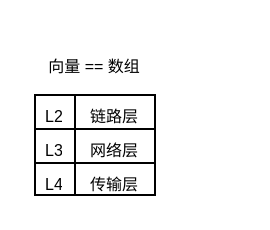
Before: 未命名绘图.drawio in nayitian/drawio, a draw.io diagram. Source tidied: cells renumbered, new cells numbered last; positions are measured from the earlier drawing's top-left corner, leaving out a move shared by most shapes. Both pictures are drawn from the tidied source at 200%, with x=0, y=0 at pixel (34, 34).
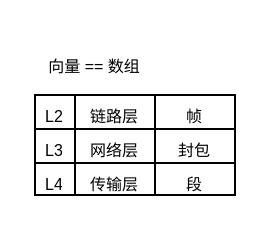
The same page after the edit.

What changed in the source:
```diff
@@
 <mxGraphModel>
   <root>
     <mxCell id="0" />
     <mxCell id="1" parent="0" />
     <mxCell id="2" value="&lt;span style=&quot;font-size: 8px;&quot;&gt;向量 == 数组&lt;/span&gt;" style="text;html=1;align=center;verticalAlign=middle;whiteSpace=wrap;rounded=0;" parent="1" vertex="1">
       <mxGeometry width="60" height="30" as="geometry" />
     </mxCell>
     <mxCell id="3" style="shape=table;startSize=0;childLayout=tableLayout;" parent="1" vertex="1">
-      <mxGeometry y="30" width="60" height="50" as="geometry" />
+      <mxGeometry y="30" width="100" height="50" as="geometry" />
     </mxCell>
     <mxCell id="4" style="shape=tableRow;horizontal=0;startSize=0;swimlaneHead=0;swimlaneBody=0;strokeColor=inherit;top=0;left=0;bottom=0;right=0;fillColor=none;" parent="3" vertex="1">
-      <mxGeometry width="60" height="17" as="geometry" />
+      <mxGeometry width="100" height="17" as="geometry" />
     </mxCell>
     <mxCell id="5" value="&lt;font style=&quot;font-size: 8px;&quot;&gt;L2&lt;/font&gt;" style="shape=partialRectangle;html=1;whiteSpace=wrap;strokeColor=inherit;overflow=hidden;fillColor=none;top=0;left=0;bottom=0;right=0;" parent="4" vertex="1">
       <mxGeometry width="20" height="17" as="geometry" />
     </mxCell>
     <mxCell id="6" value="&lt;font style=&quot;font-size: 8px;&quot;&gt;链路层&lt;/font&gt;" style="shape=partialRectangle;html=1;whiteSpace=wrap;strokeColor=inherit;overflow=hidden;fillColor=none;top=0;left=0;bottom=0;right=0;" parent="4" vertex="1">
       <mxGeometry x="20" width="40" height="17" as="geometry" />
     </mxCell>
+    <mxCell id="13" value="&lt;font style=&quot;font-size: 8px;&quot;&gt;帧&lt;/font&gt;" style="shape=partialRectangle;html=1;whiteSpace=wrap;strokeColor=inherit;overflow=hidden;fillColor=none;top=0;left=0;bottom=0;right=0;" parent="4" vertex="1">
+      <mxGeometry x="60" width="40" height="17" as="geometry" />
+    </mxCell>
     <mxCell id="7" style="shape=tableRow;horizontal=0;startSize=0;swimlaneHead=0;swimlaneBody=0;strokeColor=inherit;top=0;left=0;bottom=0;right=0;fillColor=none;" parent="3" vertex="1">
-      <mxGeometry y="17" width="60" height="17" as="geometry" />
+      <mxGeometry y="17" width="100" height="17" as="geometry" />
     </mxCell>
     <mxCell id="8" value="&lt;font style=&quot;font-size: 8px;&quot;&gt;L3&lt;/font&gt;" style="shape=partialRectangle;html=1;whiteSpace=wrap;strokeColor=inherit;overflow=hidden;fillColor=none;top=0;left=0;bottom=0;right=0;" parent="7" vertex="1">
       <mxGeometry width="20" height="17" as="geometry" />
     </mxCell>
     <mxCell id="9" value="&lt;font style=&quot;font-size: 8px;&quot;&gt;网络层&lt;/font&gt;" style="shape=partialRectangle;html=1;whiteSpace=wrap;strokeColor=inherit;overflow=hidden;fillColor=none;top=0;left=0;bottom=0;right=0;" parent="7" vertex="1">
       <mxGeometry x="20" width="40" height="17" as="geometry" />
     </mxCell>
+    <mxCell id="14" value="&lt;font style=&quot;font-size: 8px;&quot;&gt;封包&lt;/font&gt;" style="shape=partialRectangle;html=1;whiteSpace=wrap;strokeColor=inherit;overflow=hidden;fillColor=none;top=0;left=0;bottom=0;right=0;" parent="7" vertex="1">
+      <mxGeometry x="60" width="40" height="17" as="geometry" />
+    </mxCell>
     <mxCell id="10" style="shape=tableRow;horizontal=0;startSize=0;swimlaneHead=0;swimlaneBody=0;strokeColor=inherit;top=0;left=0;bottom=0;right=0;fillColor=none;" parent="3" vertex="1">
-      <mxGeometry y="34" width="60" height="16" as="geometry" />
+      <mxGeometry y="34" width="100" height="16" as="geometry" />
     </mxCell>
     <mxCell id="11" value="&lt;font style=&quot;font-size: 8px;&quot;&gt;L4&lt;/font&gt;" style="shape=partialRectangle;html=1;whiteSpace=wrap;strokeColor=inherit;overflow=hidden;fillColor=none;top=0;left=0;bottom=0;right=0;" parent="10" vertex="1">
       <mxGeometry width="20" height="16" as="geometry" />
     </mxCell>
     <mxCell id="12" value="&lt;font style=&quot;font-size: 8px;&quot;&gt;传输层&lt;/font&gt;" style="shape=partialRectangle;html=1;whiteSpace=wrap;strokeColor=inherit;overflow=hidden;fillColor=none;top=0;left=0;bottom=0;right=0;" parent="10" vertex="1">
       <mxGeometry x="20" width="40" height="16" as="geometry" />
     </mxCell>
+    <mxCell id="15" value="&lt;font style=&quot;font-size: 8px;&quot;&gt;段&lt;/font&gt;" style="shape=partialRectangle;html=1;whiteSpace=wrap;strokeColor=inherit;overflow=hidden;fillColor=none;top=0;left=0;bottom=0;right=0;" parent="10" vertex="1">
+      <mxGeometry x="60" width="40" height="16" as="geometry" />
+    </mxCell>
   </root>
 </mxGraphModel>
```
